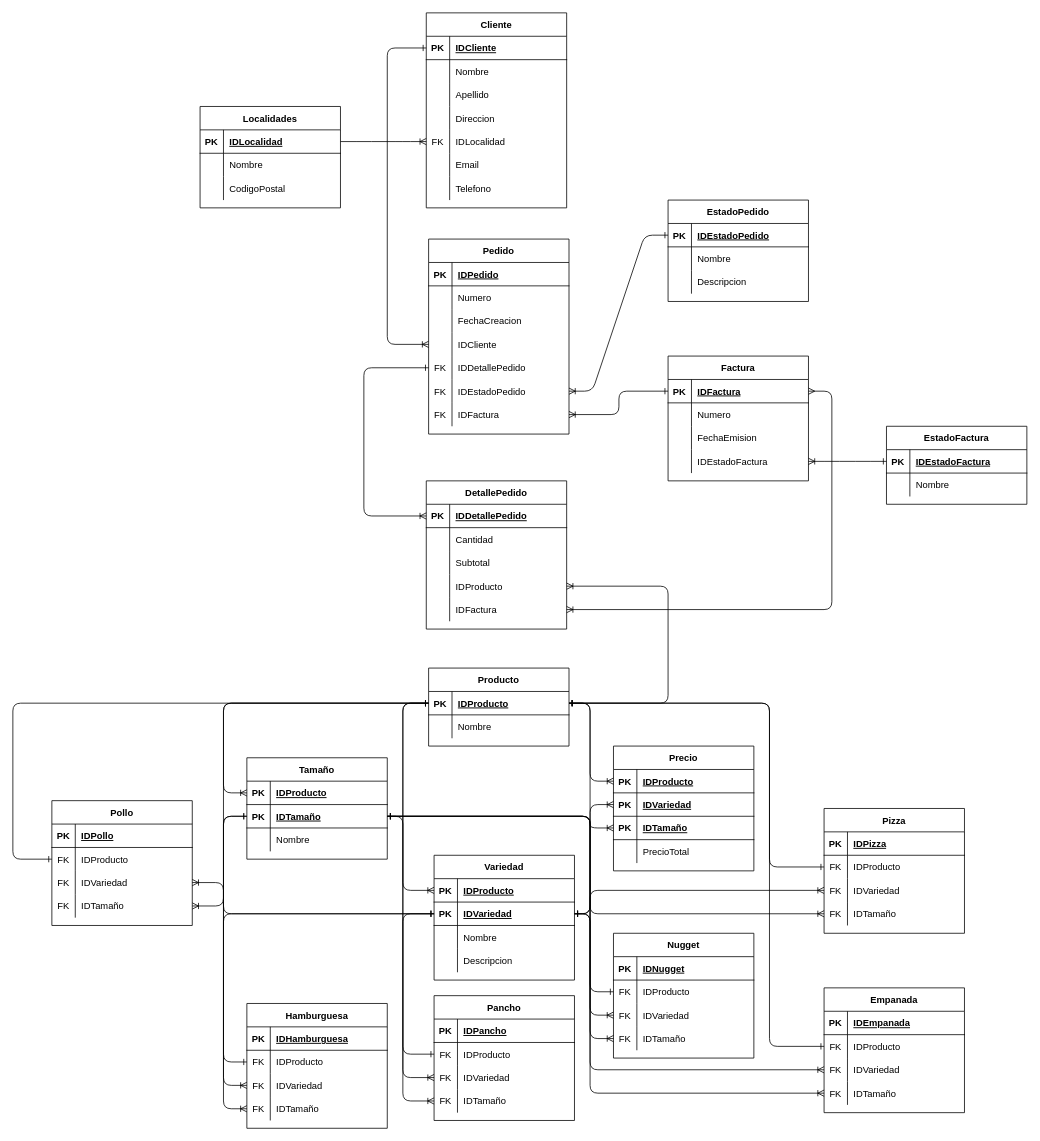
Before: Delivery DER.drawio in RailGun15/laboratorio3-20202c, a draw.io diagram. Source tidied: cells renumbered, new cells numbered last; positions are measured from the earlier drawing's top-left corner, leaving out a move shared by most shapes. Both pictures are drawn from the tidied source at 78%, with x=0, y=0 at pixel (12, 12).
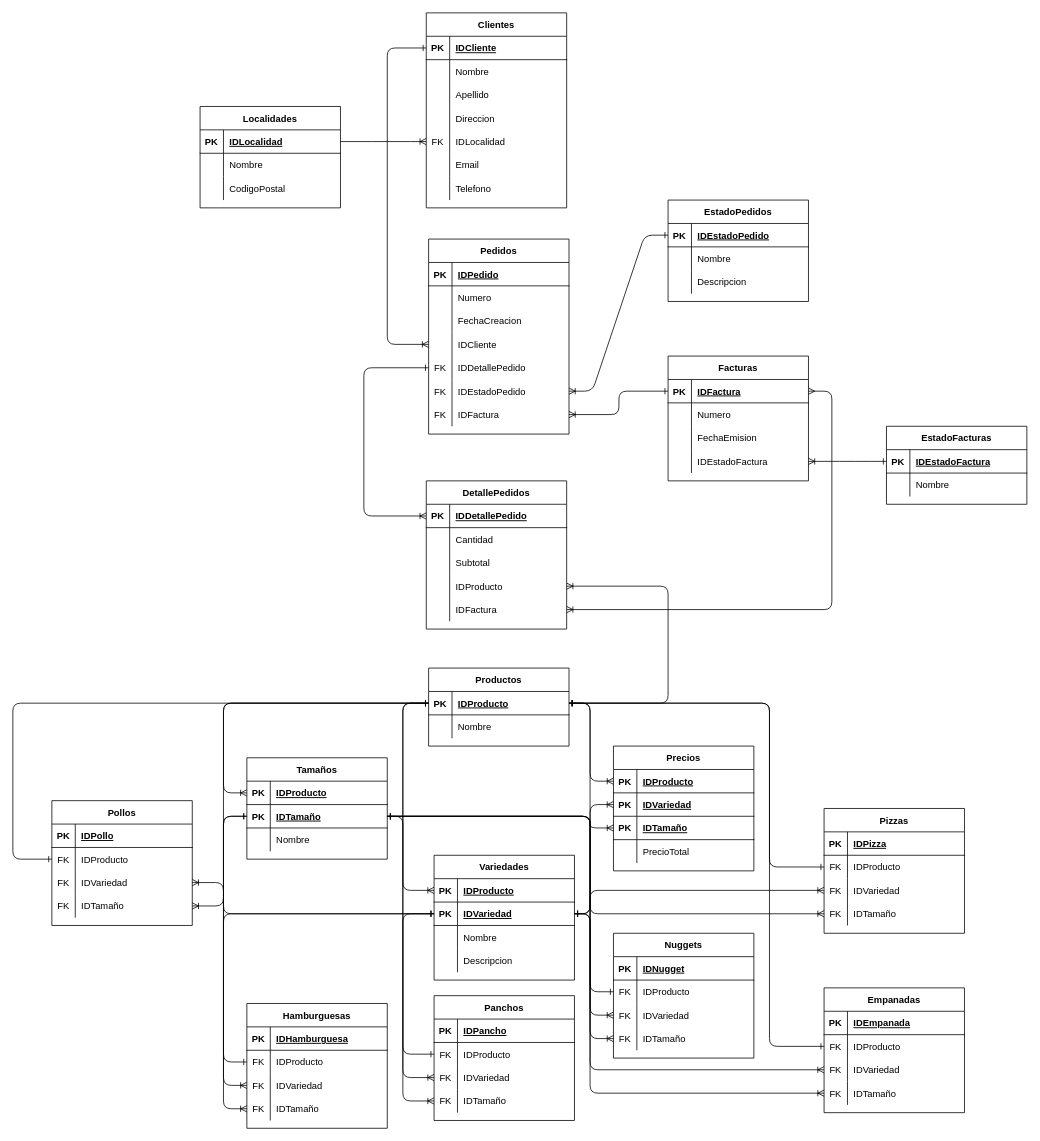
After the change.

What changed in the source:
```diff
@@
-    <mxCell id="2" value="DetallePedido" style="shape=table;startSize=30;childLayout=tableLayout;rowLines=0;fontStyle=1;align=center;" parent="1" vertex="1">
+    <mxCell id="2" value="DetallePedidos" style="shape=table;startSize=30;childLayout=tableLayout;rowLines=0;fontStyle=1;align=center;" parent="1" vertex="1">
       <mxGeometry x="530" y="600" width="180" height="190" as="geometry" />
     </mxCell>
@@
-    <mxCell id="18" value="Pedido" style="shape=table;startSize=30;childLayout=tableLayout;rowLines=0;fontStyle=1;align=center;" parent="1" vertex="1">
+    <mxCell id="18" value="Pedidos" style="shape=table;startSize=30;childLayout=tableLayout;rowLines=0;fontStyle=1;align=center;" parent="1" vertex="1">
       <mxGeometry x="533" y="290" width="180" height="250" as="geometry" />
     </mxCell>
@@
-    <mxCell id="40" value="Cliente" style="shape=table;startSize=30;childLayout=tableLayout;rowLines=0;fontStyle=1;align=center;" parent="1" vertex="1">
+    <mxCell id="40" value="Clientes" style="shape=table;startSize=30;childLayout=tableLayout;rowLines=0;fontStyle=1;align=center;" parent="1" vertex="1">
       <mxGeometry x="530" width="180" height="250" as="geometry" />
     </mxCell>
@@
-    <mxCell id="62" value="Producto" style="shape=table;startSize=30;childLayout=tableLayout;rowLines=0;fontStyle=1;align=center;" parent="1" vertex="1">
+    <mxCell id="62" value="Productos" style="shape=table;startSize=30;childLayout=tableLayout;rowLines=0;fontStyle=1;align=center;" parent="1" vertex="1">
       <mxGeometry x="533" y="840" width="180" height="100" as="geometry" />
     </mxCell>
@@
-    <mxCell id="69" value="Pizza" style="shape=table;startSize=30;childLayout=tableLayout;rowLines=0;fontStyle=1;align=center;" parent="1" vertex="1">
+    <mxCell id="69" value="Pizzas" style="shape=table;startSize=30;childLayout=tableLayout;rowLines=0;fontStyle=1;align=center;" parent="1" vertex="1">
       <mxGeometry x="1040" y="1020" width="180" height="160" as="geometry" />
     </mxCell>
@@
-    <mxCell id="82" value="Empanada" style="shape=table;startSize=30;childLayout=tableLayout;rowLines=0;fontStyle=1;align=center;" parent="1" vertex="1">
+    <mxCell id="82" value="Empanadas" style="shape=table;startSize=30;childLayout=tableLayout;rowLines=0;fontStyle=1;align=center;" parent="1" vertex="1">
       <mxGeometry x="1040" y="1250" width="180" height="160" as="geometry" />
     </mxCell>
@@
-    <mxCell id="95" value="Hamburguesa" style="shape=table;startSize=30;childLayout=tableLayout;rowLines=0;fontStyle=1;align=center;" parent="1" vertex="1">
+    <mxCell id="95" value="Hamburguesas" style="shape=table;startSize=30;childLayout=tableLayout;rowLines=0;fontStyle=1;align=center;" parent="1" vertex="1">
       <mxGeometry x="300" y="1270" width="180" height="160" as="geometry" />
     </mxCell>
@@
-    <mxCell id="108" value="Pollo" style="shape=table;startSize=30;childLayout=tableLayout;rowLines=0;fontStyle=1;align=center;" parent="1" vertex="1">
+    <mxCell id="108" value="Pollos" style="shape=table;startSize=30;childLayout=tableLayout;rowLines=0;fontStyle=1;align=center;" parent="1" vertex="1">
       <mxGeometry x="50" y="1010" width="180" height="160" as="geometry" />
     </mxCell>
@@
-    <mxCell id="121" value="Variedad" style="shape=table;startSize=30;childLayout=tableLayout;rowLines=0;fontStyle=1;align=center;" parent="1" vertex="1">
+    <mxCell id="121" value="Variedades" style="shape=table;startSize=30;childLayout=tableLayout;rowLines=0;fontStyle=1;align=center;" parent="1" vertex="1">
       <mxGeometry x="540" y="1080" width="180" height="160" as="geometry" />
     </mxCell>
@@
-    <mxCell id="144" value="EstadoPedido" style="shape=table;startSize=30;childLayout=tableLayout;rowLines=0;fontStyle=1;align=center;" parent="1" vertex="1">
+    <mxCell id="144" value="EstadoPedidos" style="shape=table;startSize=30;childLayout=tableLayout;rowLines=0;fontStyle=1;align=center;" parent="1" vertex="1">
       <mxGeometry x="840" y="240" width="180" height="130" as="geometry" />
     </mxCell>
@@
-    <mxCell id="154" value="Factura" style="shape=table;startSize=30;childLayout=tableLayout;rowLines=0;fontStyle=1;align=center;" parent="1" vertex="1">
+    <mxCell id="154" value="Facturas" style="shape=table;startSize=30;childLayout=tableLayout;rowLines=0;fontStyle=1;align=center;" parent="1" vertex="1">
       <mxGeometry x="840" y="440" width="180" height="160" as="geometry" />
     </mxCell>
@@
-    <mxCell id="167" value="EstadoFactura" style="shape=table;startSize=30;childLayout=tableLayout;rowLines=0;fontStyle=1;align=center;" parent="1" vertex="1">
+    <mxCell id="167" value="EstadoFacturas" style="shape=table;startSize=30;childLayout=tableLayout;rowLines=0;fontStyle=1;align=center;" parent="1" vertex="1">
       <mxGeometry x="1120" y="530" width="180" height="100" as="geometry" />
     </mxCell>
@@
-    <mxCell id="174" value="Tamaño" style="shape=table;startSize=30;childLayout=tableLayout;rowLines=0;fontStyle=1;align=center;" parent="1" vertex="1">
+    <mxCell id="174" value="Tamaños" style="shape=table;startSize=30;childLayout=tableLayout;rowLines=0;fontStyle=1;align=center;" parent="1" vertex="1">
       <mxGeometry x="300" y="955" width="180" height="130" as="geometry" />
     </mxCell>
@@
-    <mxCell id="184" value="Precio" style="shape=table;startSize=30;childLayout=tableLayout;rowLines=0;fontStyle=1;align=center;" parent="1" vertex="1">
+    <mxCell id="184" value="Precios" style="shape=table;startSize=30;childLayout=tableLayout;rowLines=0;fontStyle=1;align=center;" parent="1" vertex="1">
       <mxGeometry x="770" y="940" width="180" height="160" as="geometry" />
     </mxCell>
@@
-    <mxCell id="197" value="Pancho" style="shape=table;startSize=30;childLayout=tableLayout;rowLines=0;fontStyle=1;align=center;" parent="1" vertex="1">
+    <mxCell id="197" value="Panchos" style="shape=table;startSize=30;childLayout=tableLayout;rowLines=0;fontStyle=1;align=center;" parent="1" vertex="1">
       <mxGeometry x="540" y="1260" width="180" height="160" as="geometry" />
     </mxCell>
@@
-    <mxCell id="210" value="Nugget" style="shape=table;startSize=30;childLayout=tableLayout;rowLines=0;fontStyle=1;align=center;" parent="1" vertex="1">
+    <mxCell id="210" value="Nuggets" style="shape=table;startSize=30;childLayout=tableLayout;rowLines=0;fontStyle=1;align=center;" parent="1" vertex="1">
       <mxGeometry x="770" y="1180" width="180" height="160" as="geometry" />
     </mxCell>
```
